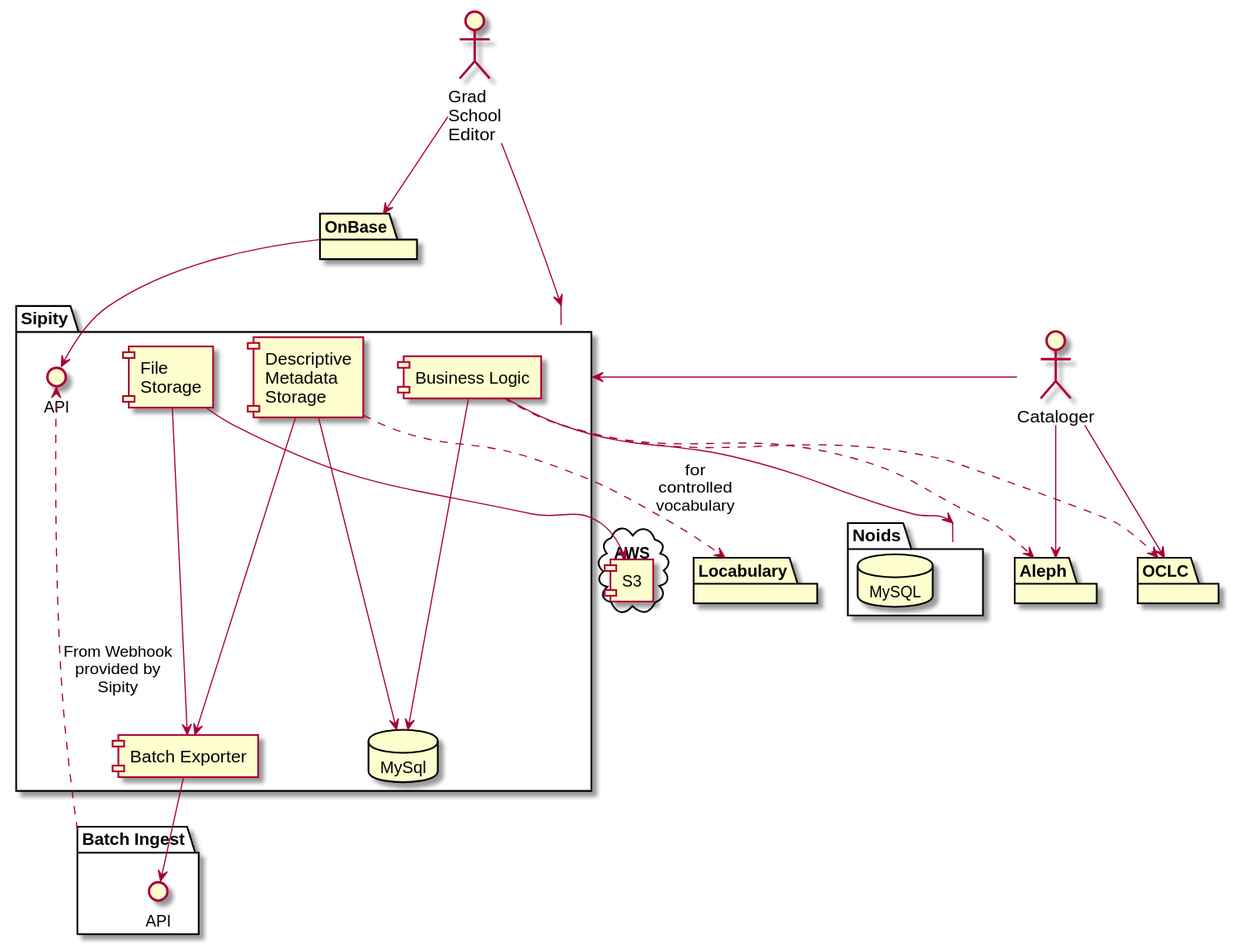
Earlier version of the PlantUML export plantuml/sipity.svg (ndlib/dam-ecosystem-mapping).
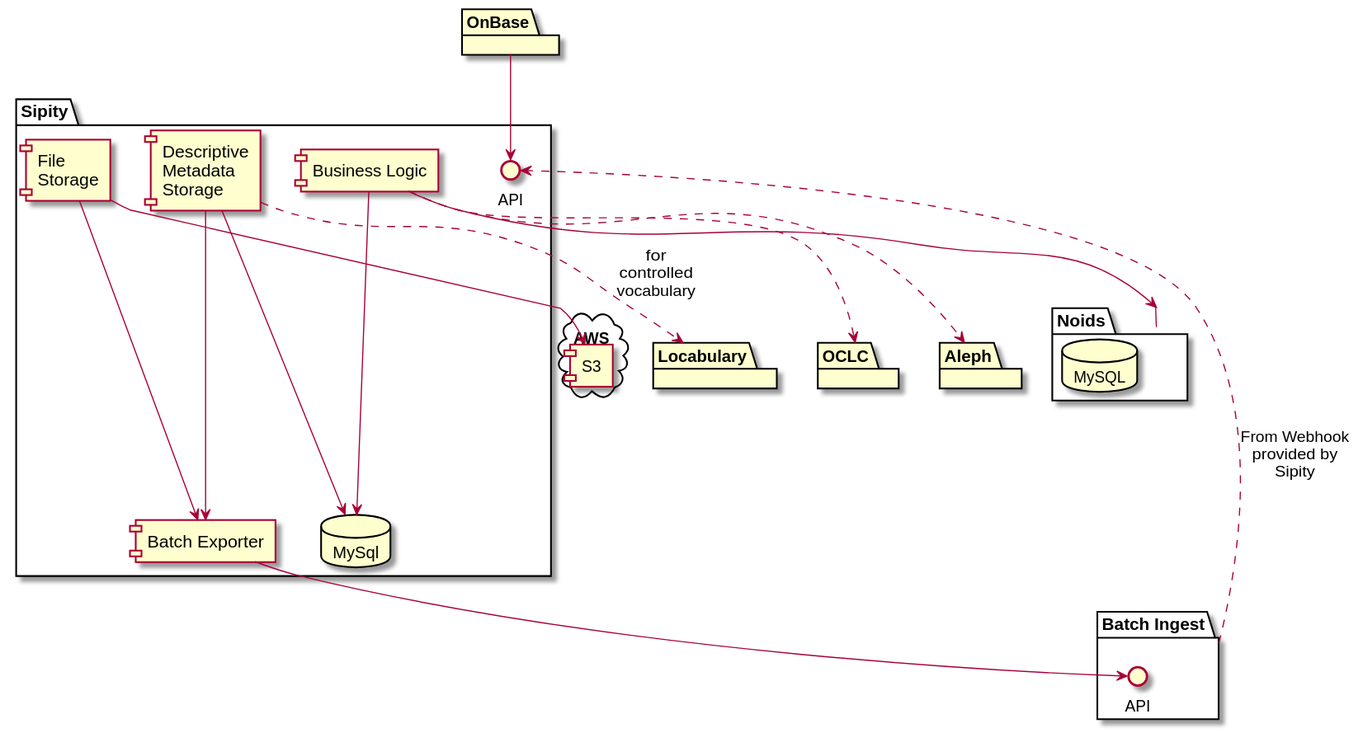
Later version of the same file.

What changed in the source:
```diff
@@ -9,8 +9,6 @@
   database "MySql"
 
 }
-actor "Cataloger"
-actor "Grad\nSchool\nEditor" as GradSchoolEditor
 
 package "Batch Ingest" as Batch {
   interface "API" as BatchAPI
@@ -44,12 +42,4 @@
 SipityBL ..> Aleph
 SipityBL ..> OCLC
 
-
-GradSchoolEditor --> OnBase
-GradSchoolEditor --> Sipity
-Cataloger --> Sipity
-Cataloger --> Aleph
-Cataloger --> OCLC
-
-
 @enduml
```
